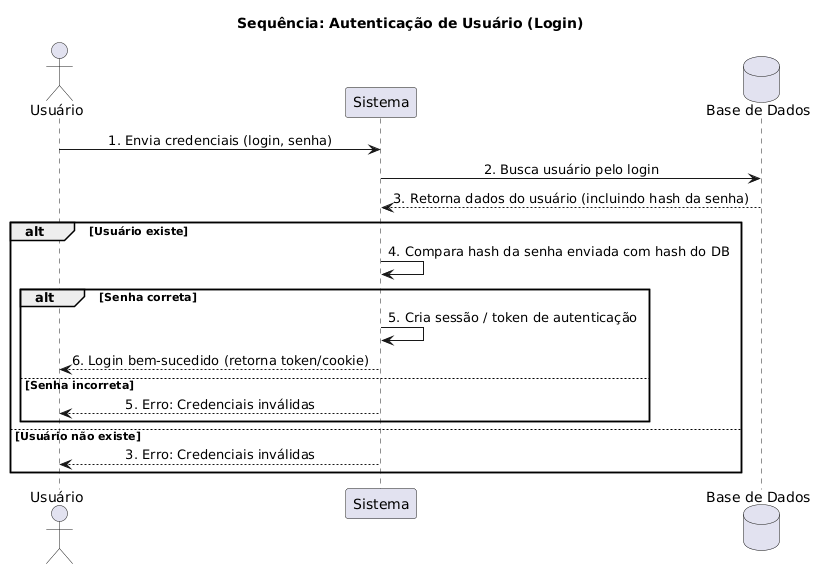
The PlantUML diagram diagramas/diagramaSequencia-AutenticacaoUsuario.png in GuilhermeVieira05/Sistema-de-Moeda-Estudantil, before a commit. Source of this version:
```plantuml
@startuml
title Sequência: Autenticação de Usuário (Login)

actor Usuário as User
participant "Sistema" as Sistema
database "Base de Dados" as DB

skinparam sequenceMessageAlign center

User -> Sistema: 1. Envia credenciais (login, senha)
Sistema -> DB: 2. Busca usuário pelo login
DB --> Sistema: 3. Retorna dados do usuário (incluindo hash da senha)

alt Usuário existe
    Sistema -> Sistema: 4. Compara hash da senha enviada com hash do DB

    alt Senha correta
        Sistema -> Sistema: 5. Cria sessão / token de autenticação
        Sistema --> User: 6. Login bem-sucedido (retorna token/cookie)
    else Senha incorreta
        Sistema --> User: 5. Erro: Credenciais inválidas
    end
else Usuário não existe
    Sistema --> User: 3. Erro: Credenciais inválidas
end
@enduml
```
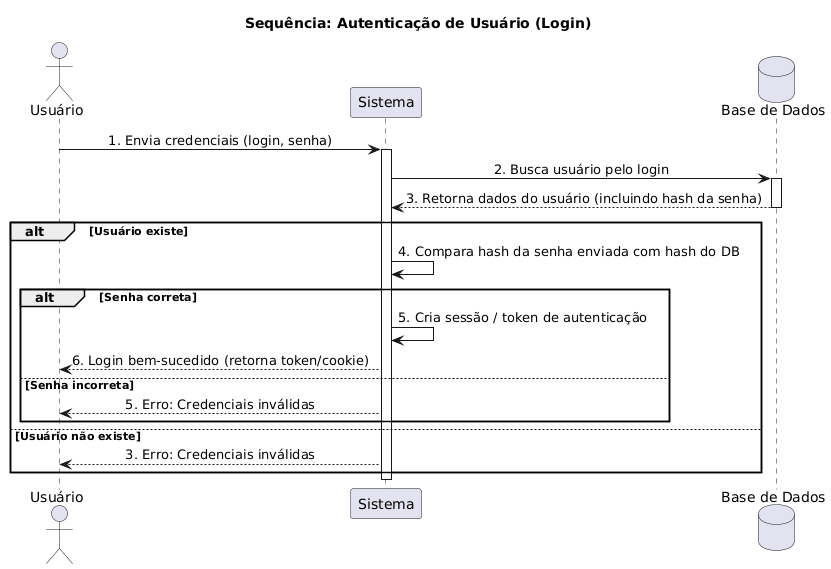
After the commit.

Commit message:
docs: corrigindo diagramas de sequencia

Diff of the diagram source:
```diff
@@ -8,8 +8,11 @@
 skinparam sequenceMessageAlign center
 
 User -> Sistema: 1. Envia credenciais (login, senha)
+activate Sistema
 Sistema -> DB: 2. Busca usuário pelo login
+activate DB
 DB --> Sistema: 3. Retorna dados do usuário (incluindo hash da senha)
+deactivate DB
 
 alt Usuário existe
     Sistema -> Sistema: 4. Compara hash da senha enviada com hash do DB
@@ -23,4 +26,5 @@
 else Usuário não existe
     Sistema --> User: 3. Erro: Credenciais inválidas
 end
+deactivate Sistema
 @enduml
```
